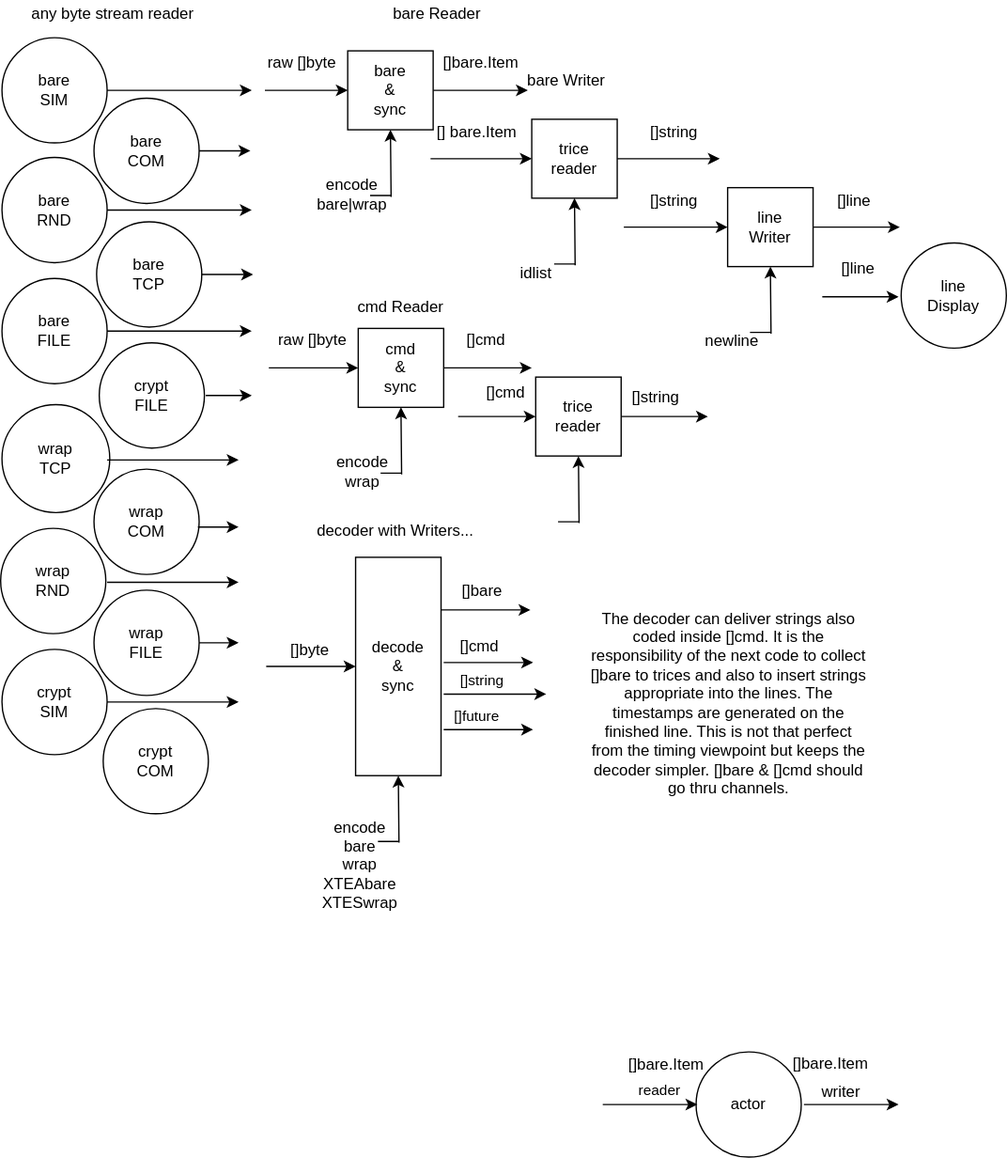
Earlier version of the draw.io export docs/README.media/ReadCloser.svg (rokath/trice). Source tidied: cells renumbered, new cells last; positions are measured from the earlier drawing's top-left corner, leaving out a move shared by most shapes.
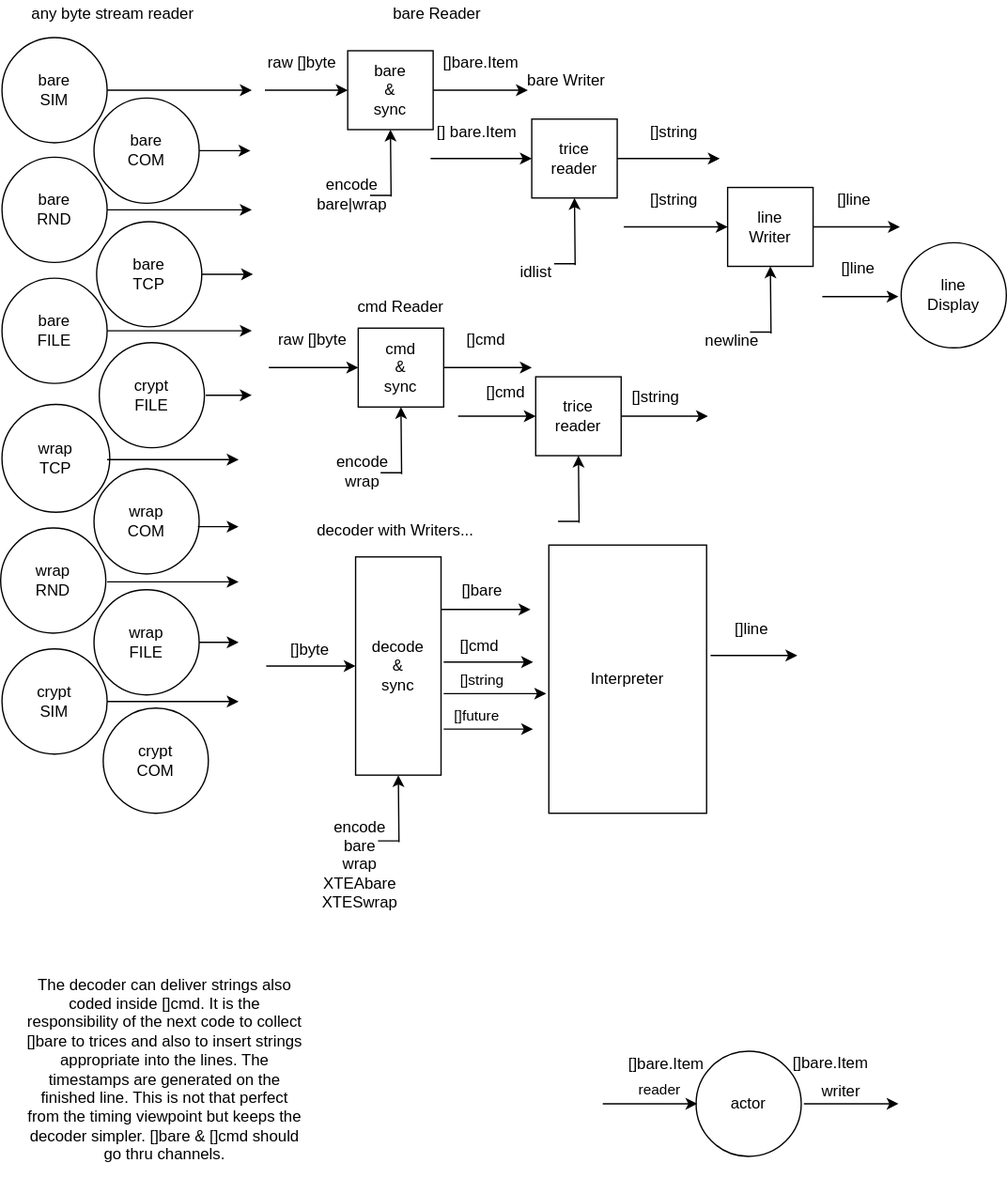
Later version of the same file.

Diff of the diagram source:
```diff
@@ -371,7 +371,7 @@
       <mxGeometry x="341" y="439" width="50" height="20" as="geometry" />
     </mxCell>
     <mxCell id="85" value="The decoder can deliver strings also coded inside []cmd. It is the responsibility of the next code to collect []bare to trices and also to insert strings appropriate into the lines. The timestamps are generated on the finished line. This is not that perfect from the timing viewpoint but keeps the decoder simpler. []bare &amp;amp; []cmd should go thru channels." style="text;html=1;strokeColor=none;fillColor=none;align=center;verticalAlign=middle;whiteSpace=wrap;rounded=0;" parent="1" vertex="1">
-      <mxGeometry x="447" y="439" width="214" height="189" as="geometry" />
+      <mxGeometry x="18" y="718" width="214" height="189" as="geometry" />
     </mxCell>
     <mxCell id="86" style="edgeStyle=orthogonalEdgeStyle;rounded=0;orthogonalLoop=1;jettySize=auto;html=1;entryX=0;entryY=0.5;entryDx=0;entryDy=0;" parent="1" edge="1">
       <mxGeometry relative="1" as="geometry">
@@ -382,5 +382,17 @@
     <mxCell id="87" value="[]string" style="edgeLabel;html=1;align=center;verticalAlign=middle;" parent="86" vertex="1">
       <mxGeometry x="-0.29" y="11" relative="1" as="geometry" />
     </mxCell>
+    <mxCell id="88" value="Interpreter" style="rounded=0;whiteSpace=wrap;html=1;" parent="1" vertex="1">
+      <mxGeometry x="417" y="414" width="120" height="204" as="geometry" />
+    </mxCell>
+    <mxCell id="89" style="edgeStyle=orthogonalEdgeStyle;rounded=0;orthogonalLoop=1;jettySize=auto;html=1;exitX=1;exitY=0.5;exitDx=0;exitDy=0;" parent="1" edge="1">
+      <mxGeometry relative="1" as="geometry">
+        <mxPoint x="540" y="498" as="sourcePoint" />
+        <mxPoint x="606" y="498" as="targetPoint" />
+      </mxGeometry>
+    </mxCell>
+    <mxCell id="90" value="[]line" style="text;html=1;align=center;verticalAlign=middle;" parent="1" vertex="1">
+      <mxGeometry x="551" y="468" width="40" height="20" as="geometry" />
+    </mxCell>
   </root>
 </mxGraphModel>
```
